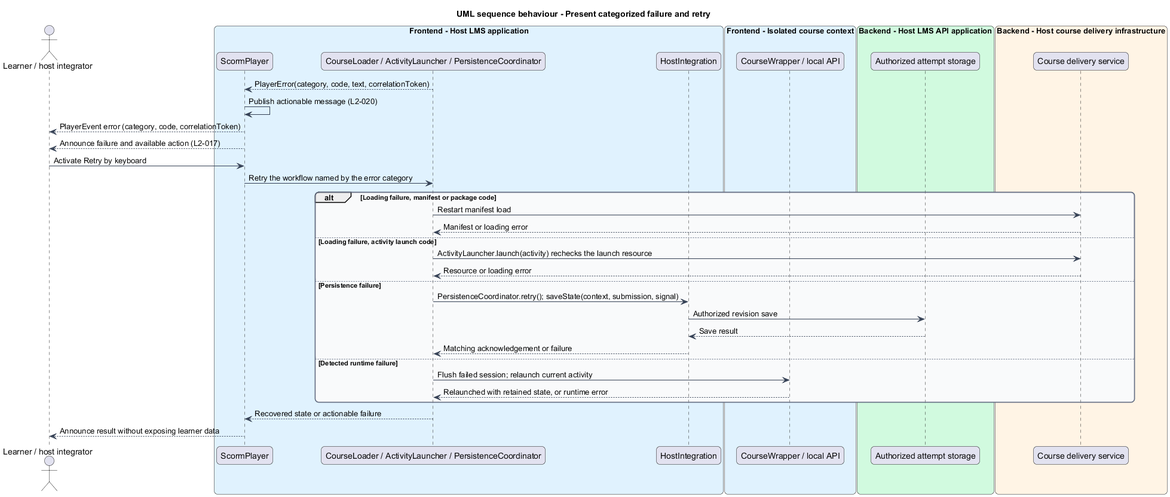
Before: docs/detailed-designs/scorm-player/operate-player/diagrams/sequence-recover.png, a diagram exported from PlantUML (QuinntyneBrown/Tessera). Its diagram source:
```plantuml
@startuml
title UML sequence behaviour - Present categorized failure and retry
skinparam backgroundColor #FFFFFF
skinparam shadowing false
skinparam roundcorner 12
skinparam defaultFontName Arial
skinparam ArrowColor #344054
skinparam rectangle {
  BorderColor #344054
  FontColor #101828
}
skinparam package {
  BorderColor #667085
  FontColor #101828
  BackgroundColor #F9FAFB
}
actor "Learner / host integrator" as actor
box "Frontend - Host LMS application" #E0F2FE
  participant "ScormPlayer" as shell
  participant "CourseLoader / ActivityLauncher / PersistenceCoordinator" as core
  participant "HostIntegration" as host
end box
box "Frontend - Isolated course context" #E0F2FE
  participant "CourseWrapper / local API" as wrapper
end box
box "Backend - Host LMS API application" #D1FADF
  participant "Authorized attempt storage" as api
end box
box "Backend - Host course delivery infrastructure" #FFF4E5
  participant "Course delivery service" as delivery
end box

core --> shell : PlayerError(category, code, text, correlationToken)
shell -> shell : Publish actionable message (L2-020)
shell --> actor : PlayerEvent error (category, code, correlationToken)
shell --> actor : Announce failure and available action (L2-017)
actor -> shell : Activate Retry by keyboard
shell -> core : Retry the workflow named by the error category
alt Loading failure, manifest or package code
  core -> delivery : Restart manifest load
  delivery --> core : Manifest or loading error
else Loading failure, activity launch code
  core -> delivery : ActivityLauncher.launch(activity) rechecks the launch resource
  delivery --> core : Resource or loading error
else Persistence failure
  core -> host : PersistenceCoordinator.retry(); saveState(context, submission, signal)
  host -> api : Authorized revision save
  api --> host : Save result
  host --> core : Matching acknowledgement or failure
else Detected runtime failure
  core -> wrapper : Flush failed session; relaunch current activity
  wrapper --> core : Relaunched with retained state, or runtime error
end
core --> shell : Recovered state or actionable failure
shell --> actor : Announce result without exposing learner data
@enduml
```
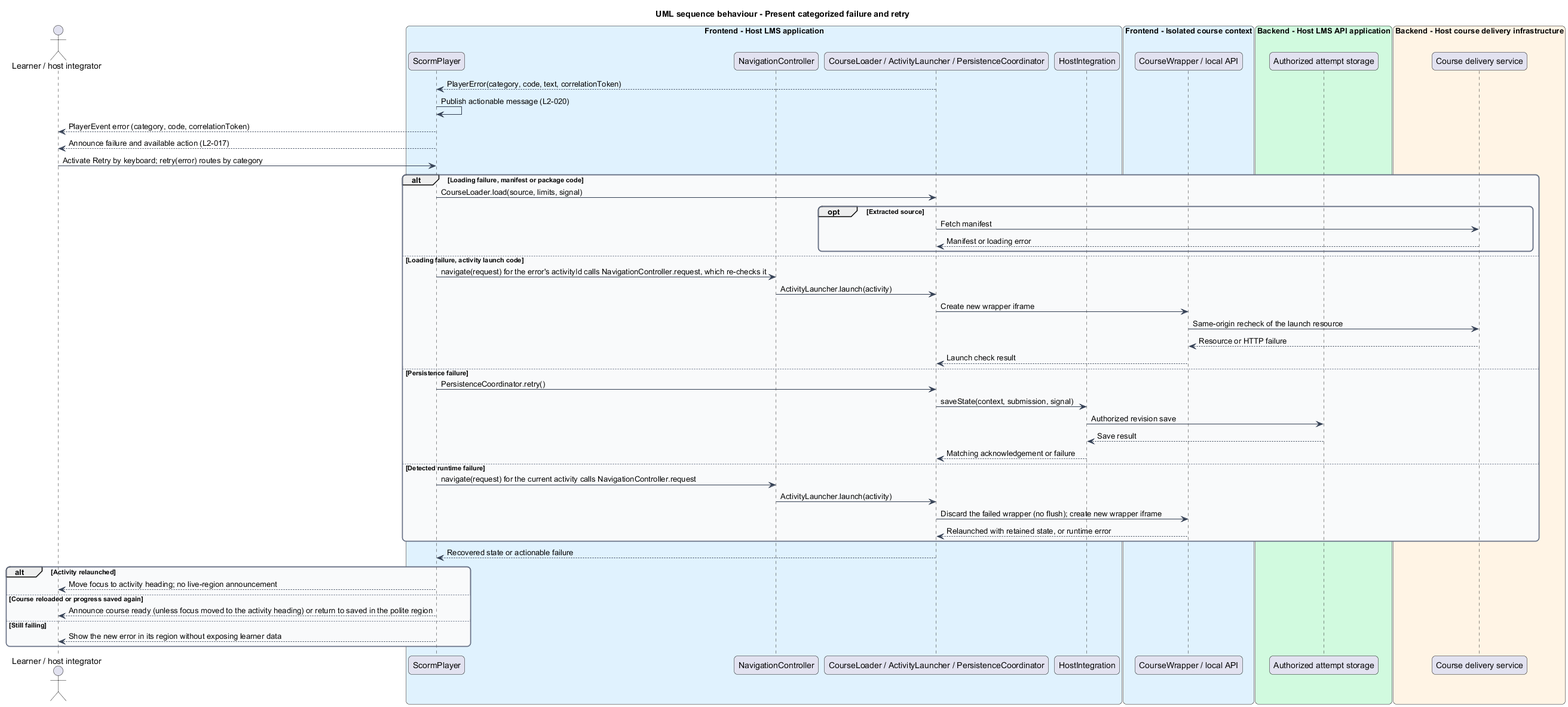
After the commit.

Change to the diagram source:
```diff
@@ -17,6 +17,7 @@
 actor "Learner / host integrator" as actor
 box "Frontend - Host LMS application" #E0F2FE
   participant "ScormPlayer" as shell
+  participant "NavigationController" as nav
   participant "CourseLoader / ActivityLauncher / PersistenceCoordinator" as core
   participant "HostIntegration" as host
 end box
@@ -34,23 +35,38 @@
 shell -> shell : Publish actionable message (L2-020)
 shell --> actor : PlayerEvent error (category, code, correlationToken)
 shell --> actor : Announce failure and available action (L2-017)
-actor -> shell : Activate Retry by keyboard
-shell -> core : Retry the workflow named by the error category
+actor -> shell : Activate Retry by keyboard; retry(error) routes by category
 alt Loading failure, manifest or package code
-  core -> delivery : Restart manifest load
-  delivery --> core : Manifest or loading error
+  shell -> core : CourseLoader.load(source, limits, signal)
+  opt Extracted source
+    core -> delivery : Fetch manifest
+    delivery --> core : Manifest or loading error
+  end
 else Loading failure, activity launch code
-  core -> delivery : ActivityLauncher.launch(activity) rechecks the launch resource
-  delivery --> core : Resource or loading error
+  shell -> nav : navigate(request) for the error's activityId calls NavigationController.request, which re-checks it
+  nav -> core : ActivityLauncher.launch(activity)
+  core -> wrapper : Create new wrapper iframe
+  wrapper -> delivery : Same-origin recheck of the launch resource
+  delivery --> wrapper : Resource or HTTP failure
+  wrapper --> core : Launch check result
 else Persistence failure
-  core -> host : PersistenceCoordinator.retry(); saveState(context, submission, signal)
+  shell -> core : PersistenceCoordinator.retry()
+  core -> host : saveState(context, submission, signal)
   host -> api : Authorized revision save
   api --> host : Save result
   host --> core : Matching acknowledgement or failure
 else Detected runtime failure
-  core -> wrapper : Flush failed session; relaunch current activity
+  shell -> nav : navigate(request) for the current activity calls NavigationController.request
+  nav -> core : ActivityLauncher.launch(activity)
+  core -> wrapper : Discard the failed wrapper (no flush); create new wrapper iframe
   wrapper --> core : Relaunched with retained state, or runtime error
 end
 core --> shell : Recovered state or actionable failure
-shell --> actor : Announce result without exposing learner data
+alt Activity relaunched
+  shell --> actor : Move focus to activity heading; no live-region announcement
+else Course reloaded or progress saved again
+  shell --> actor : Announce course ready (unless focus moved to the activity heading) or return to saved in the polite region
+else Still failing
+  shell --> actor : Show the new error in its region without exposing learner data
+end
 @enduml
```
